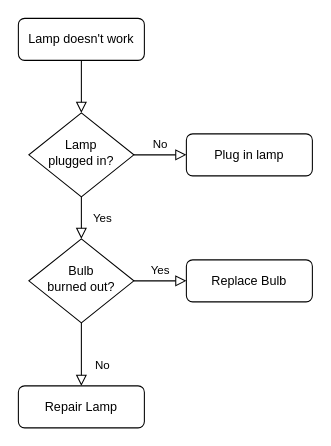
This is Untitled Diagram.drawio from natnj/NJ-projects-pub, a draw.io file, before an edit. Source tidied: cells renumbered, new cells numbered last; positions are measured from the earlier drawing's top-left corner, leaving out a move shared by most shapes. Both pictures are drawn from the tidied source at 105%, with x=0, y=0 at pixel (18, 18).
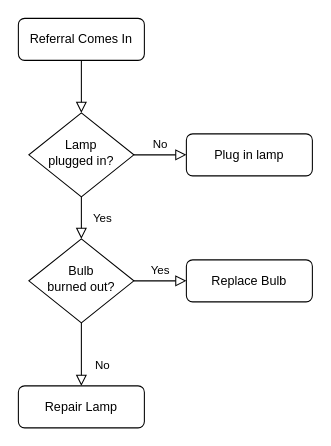
After the change.

What changed in the source:
```diff
@@
 <mxGraphModel>
   <root>
     <mxCell id="0" />
     <mxCell id="1" parent="0" />
     <mxCell id="2" style="rounded=0;html=1;jettySize=auto;fontSize=11;endArrow=block;endFill=0;endSize=8;strokeWidth=1;shadow=0;labelBackgroundColor=none;edgeStyle=orthogonalEdgeStyle;" parent="1" edge="1" source="3" target="6">
       <mxGeometry relative="1" as="geometry" />
     </mxCell>
-    <mxCell id="3" value="Lamp doesn't work" style="rounded=1;whiteSpace=wrap;html=1;fontSize=12;glass=0;strokeWidth=1;shadow=0;" parent="1" vertex="1">
+    <mxCell id="3" value="Referral Comes In" style="rounded=1;whiteSpace=wrap;html=1;fontSize=12;glass=0;strokeWidth=1;shadow=0;" parent="1" vertex="1">
       <mxGeometry width="120" height="40" as="geometry" />
     </mxCell>
     <mxCell id="4" value="Yes" style="rounded=0;html=1;jettySize=auto;fontSize=11;endArrow=block;endFill=0;endSize=8;strokeWidth=1;shadow=0;labelBackgroundColor=none;edgeStyle=orthogonalEdgeStyle;" parent="1" edge="1" source="6" target="10">
       <mxGeometry y="20" relative="1" as="geometry" />
     </mxCell>
     <mxCell id="5" value="No" style="edgeStyle=orthogonalEdgeStyle;rounded=0;html=1;jettySize=auto;fontSize=11;endArrow=block;endFill=0;endSize=8;strokeWidth=1;shadow=0;labelBackgroundColor=none;" parent="1" edge="1" source="6" target="7">
       <mxGeometry y="10" relative="1" as="geometry" />
     </mxCell>
     <mxCell id="6" value="Lamp&lt;br&gt;plugged in?" style="rhombus;whiteSpace=wrap;html=1;shadow=0;fontFamily=Helvetica;fontSize=12;align=center;strokeWidth=1;spacing=6;spacingTop=-4;" parent="1" vertex="1">
       <mxGeometry x="10" y="90" width="100" height="80" as="geometry" />
     </mxCell>
     <mxCell id="7" value="Plug in lamp" style="rounded=1;whiteSpace=wrap;html=1;fontSize=12;glass=0;strokeWidth=1;shadow=0;" parent="1" vertex="1">
       <mxGeometry x="160" y="110" width="120" height="40" as="geometry" />
     </mxCell>
     <mxCell id="8" value="No" style="rounded=0;html=1;jettySize=auto;fontSize=11;endArrow=block;endFill=0;endSize=8;strokeWidth=1;shadow=0;labelBackgroundColor=none;edgeStyle=orthogonalEdgeStyle;" parent="1" edge="1" source="10" target="11">
       <mxGeometry x="0.33" y="20" relative="1" as="geometry" />
     </mxCell>
     <mxCell id="9" value="Yes" style="edgeStyle=orthogonalEdgeStyle;rounded=0;html=1;jettySize=auto;fontSize=11;endArrow=block;endFill=0;endSize=8;strokeWidth=1;shadow=0;labelBackgroundColor=none;" parent="1" edge="1" source="10" target="12">
       <mxGeometry y="10" relative="1" as="geometry" />
     </mxCell>
     <mxCell id="10" value="Bulb&lt;br&gt;burned out?" style="rhombus;whiteSpace=wrap;html=1;shadow=0;fontFamily=Helvetica;fontSize=12;align=center;strokeWidth=1;spacing=6;spacingTop=-4;" parent="1" vertex="1">
       <mxGeometry x="10" y="210" width="100" height="80" as="geometry" />
     </mxCell>
     <mxCell id="11" value="Repair Lamp" style="rounded=1;whiteSpace=wrap;html=1;fontSize=12;glass=0;strokeWidth=1;shadow=0;" parent="1" vertex="1">
       <mxGeometry y="350" width="120" height="40" as="geometry" />
     </mxCell>
     <mxCell id="12" value="Replace Bulb" style="rounded=1;whiteSpace=wrap;html=1;fontSize=12;glass=0;strokeWidth=1;shadow=0;" parent="1" vertex="1">
       <mxGeometry x="160" y="230" width="120" height="40" as="geometry" />
     </mxCell>
   </root>
 </mxGraphModel>
```
